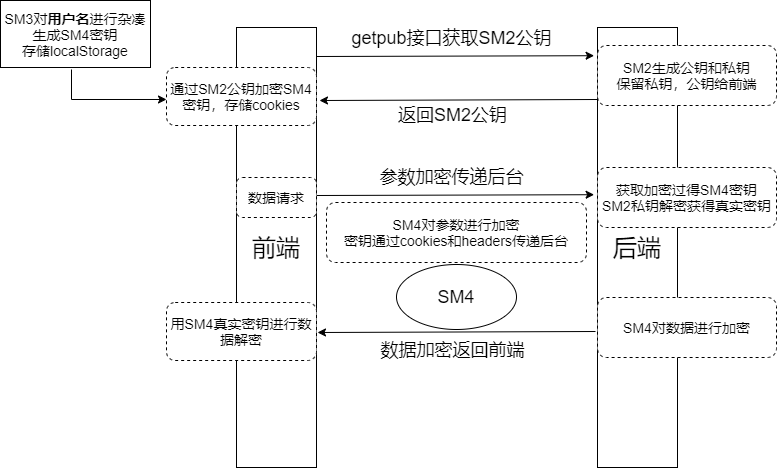
This is 未命名绘图.png from yangJinRui325/work-notes, a draw.io export, as it was before one commit. Source tidied: cells renumbered, new cells last; positions are measured from the earlier drawing's top-left corner, leaving out a move shared by most shapes.
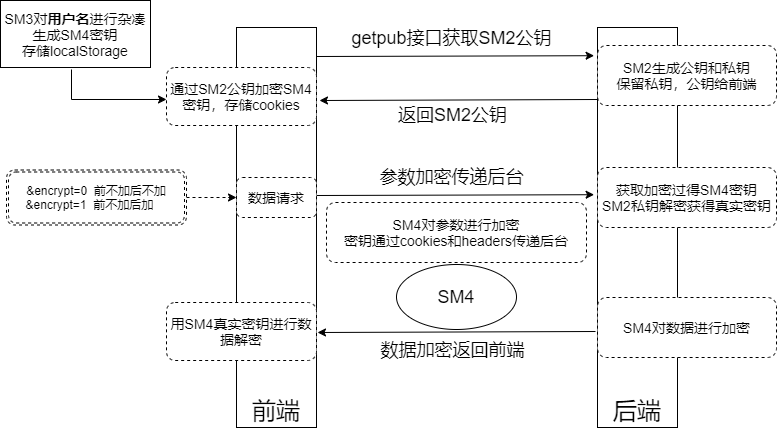
The same diagram one commit later.

Commit message:
更新未命名绘图.png

Change to the diagram source:
```diff
@@ -2,11 +2,11 @@
   <root>
     <mxCell id="0" />
     <mxCell id="1" parent="0" />
-    <mxCell id="2" value="&lt;font style=&quot;font-size: 24px&quot;&gt;后端&lt;/font&gt;" style="rounded=0;whiteSpace=wrap;html=1;" parent="1" vertex="1">
-      <mxGeometry x="597" y="27" width="80" height="440" as="geometry" />
+    <mxCell id="2" value="&lt;font style=&quot;font-size: 24px&quot;&gt;后端&lt;/font&gt;" style="rounded=0;whiteSpace=wrap;html=1;verticalAlign=bottom;" parent="1" vertex="1">
+      <mxGeometry x="597" y="27" width="80" height="400" as="geometry" />
     </mxCell>
-    <mxCell id="3" value="&lt;font style=&quot;font-size: 24px&quot;&gt;前端&lt;/font&gt;" style="rounded=0;whiteSpace=wrap;html=1;" parent="1" vertex="1">
-      <mxGeometry x="236" y="27" width="80" height="440" as="geometry" />
+    <mxCell id="3" value="&lt;font style=&quot;font-size: 24px&quot;&gt;前端&lt;/font&gt;" style="rounded=0;whiteSpace=wrap;html=1;verticalAlign=bottom;" parent="1" vertex="1">
+      <mxGeometry x="236" y="27" width="80" height="400" as="geometry" />
     </mxCell>
     <mxCell id="4" value="&lt;font style=&quot;font-size: 18px&quot;&gt;数据加密返回前端&lt;/font&gt;" style="text;html=1;align=center;verticalAlign=middle;strokeColor=none;" parent="1" vertex="1">
       <mxGeometry x="372" y="340" width="160" height="20" as="geometry" />
@@ -80,5 +80,11 @@
     <mxCell id="21" value="&lt;font style=&quot;font-size: 14px&quot;&gt;用SM4真实密钥进行数据解密&lt;br&gt;&lt;/font&gt;" style="rounded=1;whiteSpace=wrap;html=1;dashed=1;" parent="1" vertex="1">
       <mxGeometry x="166" y="302" width="150" height="58" as="geometry" />
     </mxCell>
+    <mxCell id="22" style="edgeStyle=orthogonalEdgeStyle;rounded=0;jettySize=auto;html=1;dashed=1;" parent="1" edge="1" source="23" target="19">
+      <mxGeometry relative="1" as="geometry" />
+    </mxCell>
+    <mxCell id="23" value="&lt;div&gt;&amp;amp;encrypt=0&amp;nbsp; 前不加后不加&lt;/div&gt;&lt;div&gt;&amp;amp;encrypt=1&amp;nbsp; 前不加后加&amp;nbsp; &amp;nbsp;&amp;nbsp;&lt;/div&gt;" style="shape=ext;double=1;rounded=1;whiteSpace=wrap;html=1;dashed=1;verticalAlign=middle;" parent="1" vertex="1">
+      <mxGeometry x="6" y="169.5" width="180" height="55" as="geometry" />
+    </mxCell>
   </root>
 </mxGraphModel>
```
